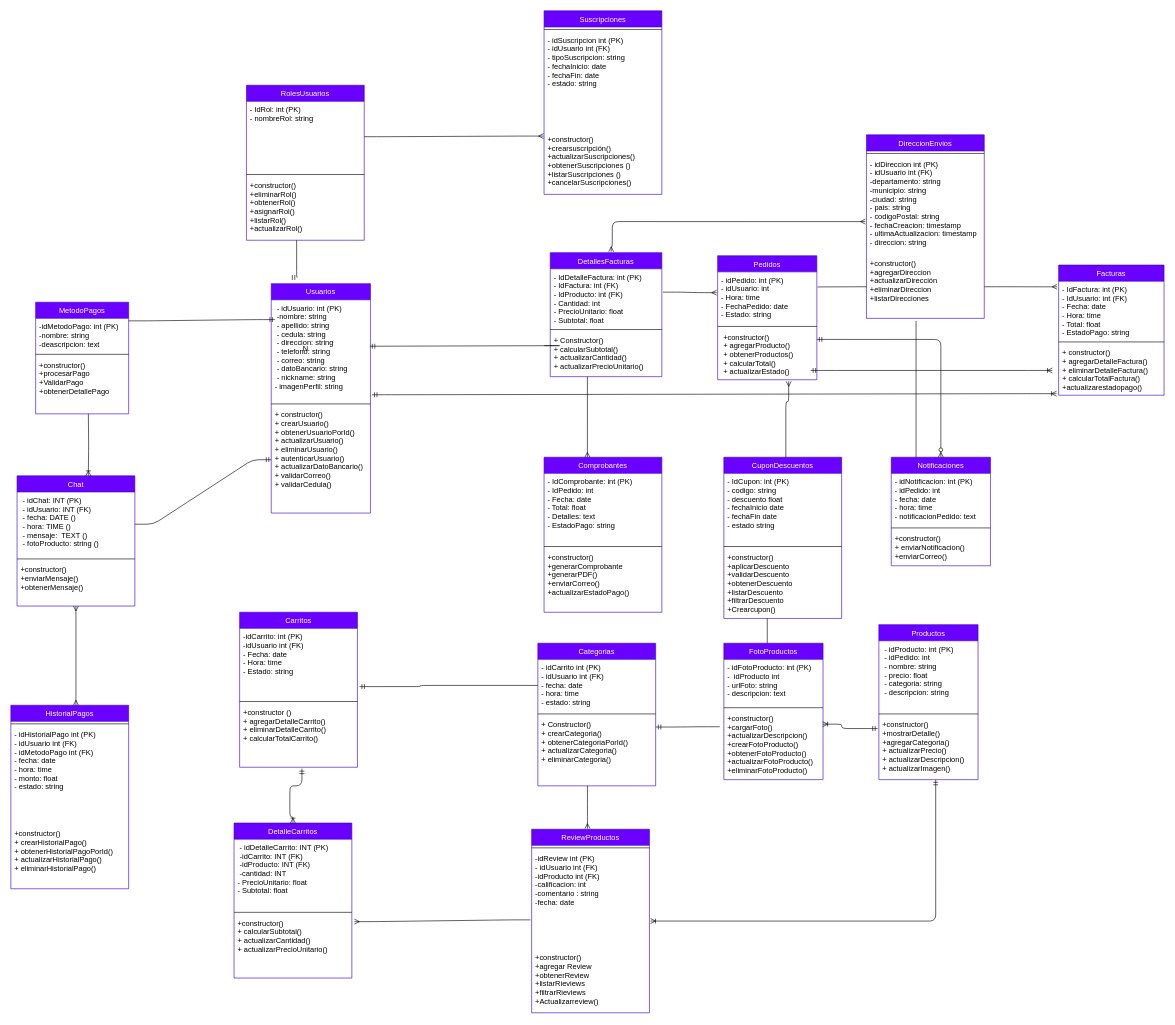
The draw.io diagram DiagramaClasesKamiapp.drawio in DarkJ-18/DiagramaClasesKamiapp, before the edit. Source tidied: cells renumbered, new cells numbered last; positions are measured from the earlier drawing's top-left corner, leaving out a move shared by most shapes. Both pictures are drawn from the tidied source at 62%, with x=0, y=0 at pixel (11, 11).
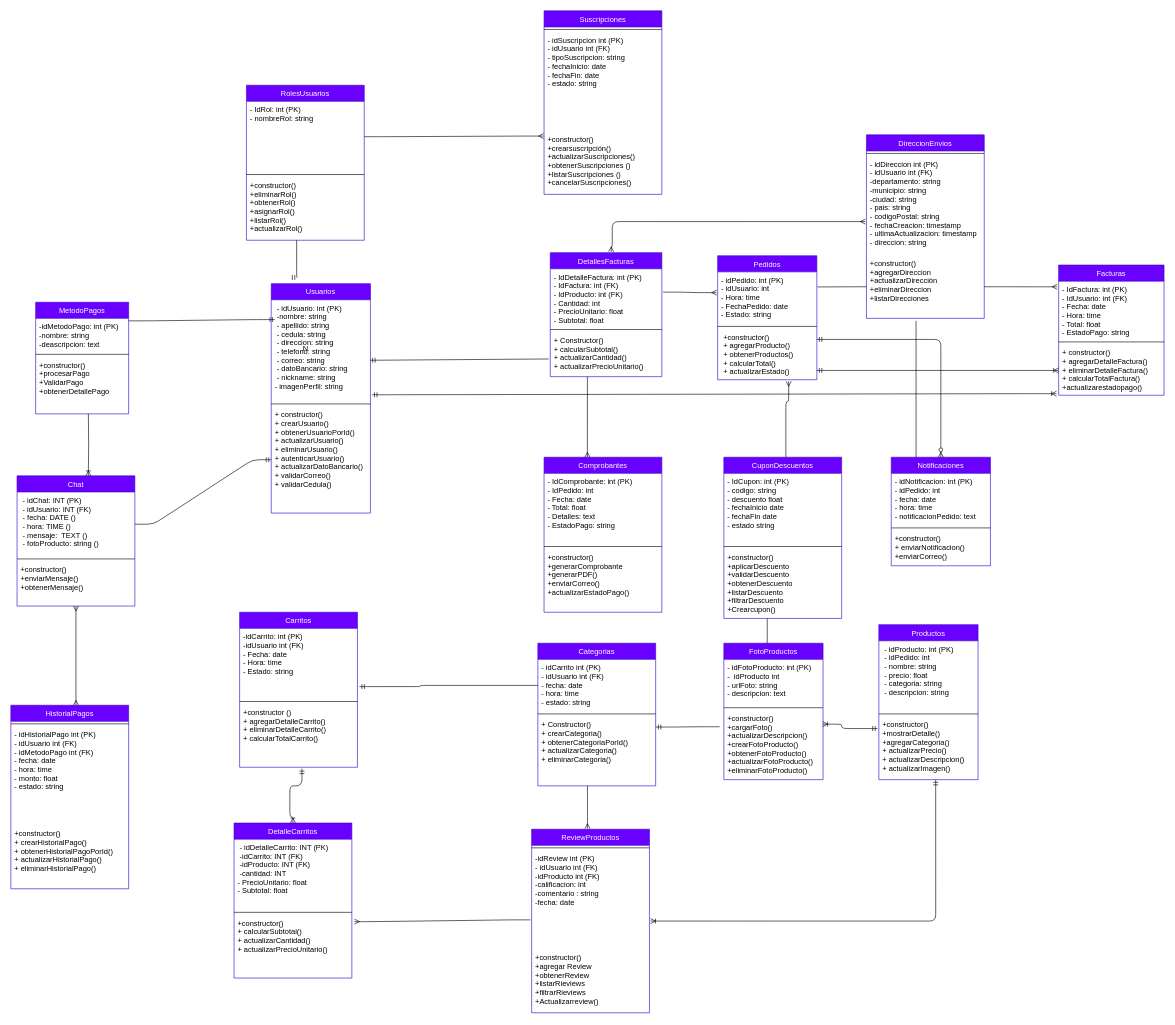
Above is the later version.

Commit message:
Actualizado el modelo del diagrama de clases en Kamiapp

Unchanged cells that the change refers to:
```xml
<mxCell id="3" value=" - idUsuario: int (PK)&#10; -nombre: string&#10; - apellido: string&#10; - cedula: string&#10; - direccion: string&#10; - telefono: string&#10; - correo: string&#10; - datoBancario: string&#10; - nickname: string&#10;- imagenPerfil: string" style="text;align=left;verticalAlign=top;spacingLeft=4;spacingRight=4;overflow=hidden;points=[[0,0.5],[1,0.5]];portConstraint=eastwest;fontSize=12;" parent="2" vertex="1">
  <mxGeometry y="26" width="160" height="164" as="geometry" />
</mxCell>
<mxCell id="10" value="Pedidos" style="swimlane;fontStyle=0;align=center;verticalAlign=top;horizontal=1;startSize=26;rounded=0;shadow=0;strokeWidth=1;fontSize=12;fillColor=#6a00ff;fontColor=#ffffff;strokeColor=#3700CC;" parent="1" vertex="1">
  <mxGeometry x="1140" y="395" width="160" height="200" as="geometry" />
</mxCell>
<mxCell id="26" value="+ Constructor() &#10;+ calcularSubtotal() &#10;+ actualizarCantidad() &#10;+ actualizarPrecioUnitario()" style="text;align=left;verticalAlign=top;spacingLeft=4;spacingRight=4;overflow=hidden;points=[[0,0.5],[1,0.5]];portConstraint=eastwest;fontSize=12;" parent="23" vertex="1">
  <mxGeometry y="128" width="180" height="72" as="geometry" />
</mxCell>
```

Change to the diagram source:
```diff
@@
-    <mxCell id="12" style="edgeStyle=entityRelationEdgeStyle;fontSize=12;html=1;endArrow=ERoneToMany;startArrow=ERmandOne;" parent="10" edge="1">
-      <mxGeometry relative="1" as="geometry">
-        <mxPoint x="150" y="185" as="sourcePoint" />
-        <mxPoint x="540" y="185" as="targetPoint" />
-      </mxGeometry>
-    </mxCell>
@@
-    <mxCell id="86" style="edgeStyle=entityRelationEdgeStyle;fontSize=12;html=1;endArrow=ERmandOne;entryX=0.994;entryY=0.457;entryDx=0;entryDy=0;entryPerimeter=0;" parent="1" edge="1" target="3">
-      <mxGeometry relative="1" as="geometry">
-        <mxPoint x="860" y="540" as="sourcePoint" />
-      </mxGeometry>
-    </mxCell>
@@
+    <mxCell id="104" style="edgeStyle=none;html=1;exitX=-0.013;exitY=0.604;exitDx=0;exitDy=0;entryX=0.997;entryY=0.595;entryDx=0;entryDy=0;entryPerimeter=0;endArrow=ERmandOne;endFill=0;exitPerimeter=0;" parent="1" edge="1" source="26" target="3">
+      <mxGeometry relative="1" as="geometry" />
+    </mxCell>
+    <mxCell id="12" style="edgeStyle=entityRelationEdgeStyle;fontSize=12;html=1;endArrow=ERoneToMany;startArrow=ERmandOne;" parent="1" edge="1">
+      <mxGeometry relative="1" as="geometry">
+        <mxPoint x="1300" y="580" as="sourcePoint" />
+        <mxPoint x="1690" y="580" as="targetPoint" />
+      </mxGeometry>
+    </mxCell>
```
